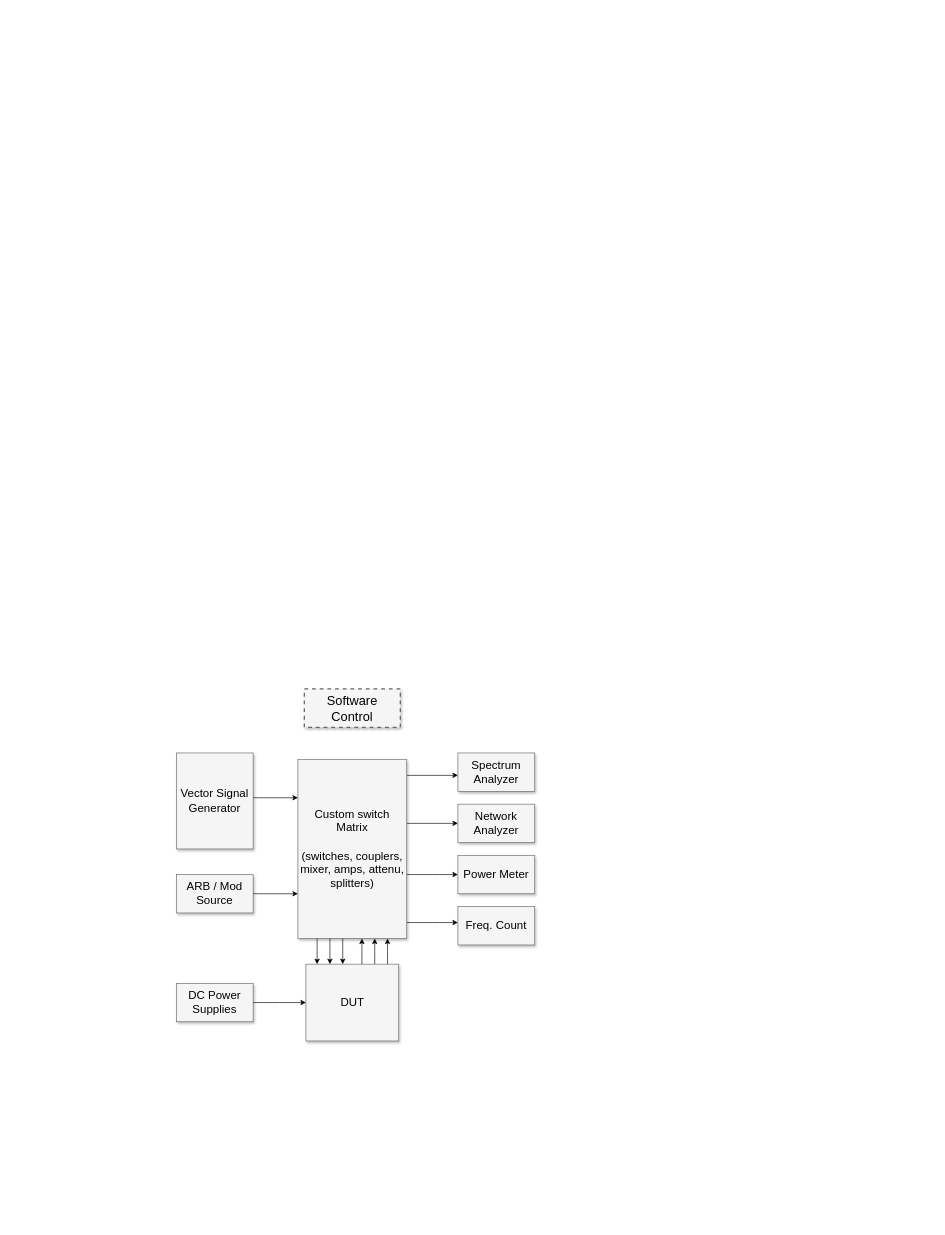
Earlier version of the draw.io diagram 未命名绘图.drawio (Cecilia384/DataBase_experiment). Source tidied: cells renumbered, new cells numbered last; positions are measured from the earlier drawing's top-left corner, leaving out a move shared by most shapes. Both pictures are drawn from the tidied source at 64%, with x=0, y=0 at pixel (176, 689).
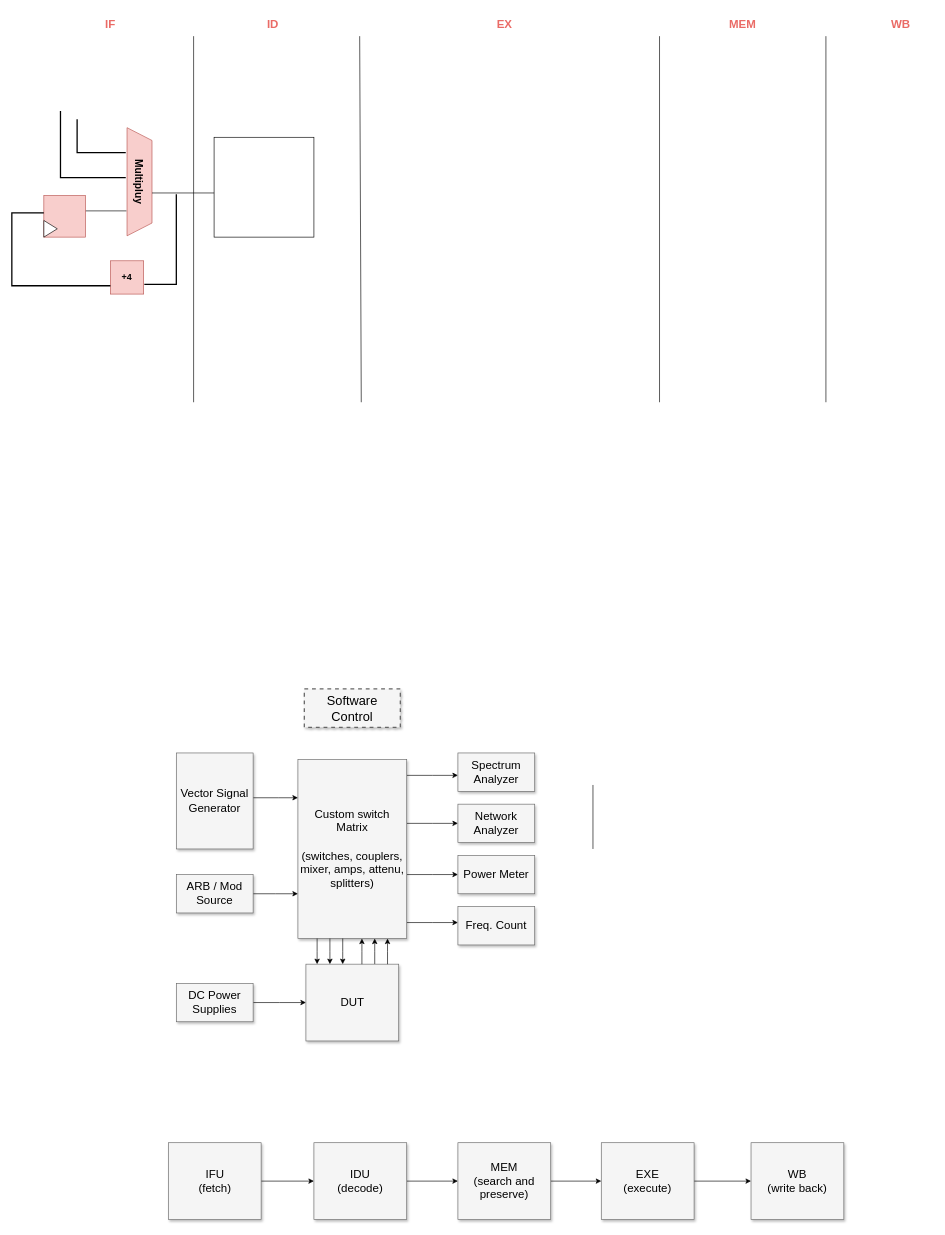
The same diagram, later.

Commit message:
更新未命名绘图.drawio

What changed in the source:
```diff
@@
+    <mxCell id="25" style="edgeStyle=orthogonalEdgeStyle;rounded=0;jettySize=auto;html=1;entryX=0;entryY=0.5;entryDx=0;entryDy=0;" parent="1" edge="1" source="26" target="28">
+      <mxGeometry relative="1" as="geometry" />
+    </mxCell>
+    <mxCell id="26" value="IFU&lt;div&gt;(fetch)&lt;/div&gt;" style="whiteSpace=wrap;html=1;shadow=1;fontSize=18;fillColor=#f5f5f5;strokeColor=#666666;" parent="1" vertex="1">
+      <mxGeometry x="-12.5" y="709" width="145" height="120" as="geometry" />
+    </mxCell>
+    <mxCell id="27" style="edgeStyle=orthogonalEdgeStyle;rounded=0;jettySize=auto;html=1;entryX=0;entryY=0.5;entryDx=0;entryDy=0;" parent="1" edge="1" source="28" target="30">
+      <mxGeometry relative="1" as="geometry" />
+    </mxCell>
+    <mxCell id="28" value="IDU&lt;div&gt;(decode)&lt;/div&gt;" style="whiteSpace=wrap;html=1;shadow=1;fontSize=18;fillColor=#f5f5f5;strokeColor=#666666;" parent="1" vertex="1">
+      <mxGeometry x="215" y="709" width="145" height="120" as="geometry" />
+    </mxCell>
+    <mxCell id="29" style="edgeStyle=orthogonalEdgeStyle;rounded=0;jettySize=auto;html=1;entryX=0;entryY=0.5;entryDx=0;entryDy=0;" parent="1" edge="1" source="30" target="32">
+      <mxGeometry relative="1" as="geometry" />
+    </mxCell>
+    <mxCell id="30" value="MEM&lt;div&gt;(search and preserve)&lt;/div&gt;" style="whiteSpace=wrap;html=1;shadow=1;fontSize=18;fillColor=#f5f5f5;strokeColor=#666666;" parent="1" vertex="1">
+      <mxGeometry x="440" y="709" width="145" height="120" as="geometry" />
+    </mxCell>
+    <mxCell id="31" style="edgeStyle=orthogonalEdgeStyle;rounded=0;jettySize=auto;html=1;" parent="1" edge="1" source="32" target="33">
+      <mxGeometry relative="1" as="geometry" />
+    </mxCell>
+    <mxCell id="32" value="EXE&lt;div&gt;(execute)&lt;/div&gt;" style="whiteSpace=wrap;html=1;shadow=1;fontSize=18;fillColor=#f5f5f5;strokeColor=#666666;" parent="1" vertex="1">
+      <mxGeometry x="664" y="709" width="145" height="120" as="geometry" />
+    </mxCell>
+    <mxCell id="33" value="WB&lt;div&gt;(write back)&lt;/div&gt;" style="whiteSpace=wrap;html=1;shadow=1;fontSize=18;fillColor=#f5f5f5;strokeColor=#666666;" parent="1" vertex="1">
+      <mxGeometry x="898" y="709" width="145" height="120" as="geometry" />
+    </mxCell>
+    <mxCell id="34" style="endArrow=none;html=1;rounded=0;" parent="1" edge="1">
+      <mxGeometry relative="1" as="geometry">
+        <mxPoint x="651" y="250" as="sourcePoint" />
+        <mxPoint x="651" y="150" as="targetPoint" />
+      </mxGeometry>
+    </mxCell>
+    <mxCell id="35" style="endArrow=none;html=1;rounded=0;" parent="1" edge="1">
+      <mxGeometry relative="1" as="geometry">
+        <mxPoint x="27" y="-448" as="sourcePoint" />
+        <mxPoint x="27" y="-1020" as="targetPoint" />
+      </mxGeometry>
+    </mxCell>
+    <mxCell id="36" style="endArrow=none;html=1;rounded=0;" parent="1" edge="1">
+      <mxGeometry relative="1" as="geometry">
+        <mxPoint x="755" y="-448" as="sourcePoint" />
+        <mxPoint x="755" y="-1020" as="targetPoint" />
+      </mxGeometry>
+    </mxCell>
+    <mxCell id="37" style="endArrow=none;html=1;rounded=0;" parent="1" edge="1">
+      <mxGeometry relative="1" as="geometry">
+        <mxPoint x="289" y="-448" as="sourcePoint" />
+        <mxPoint x="286.5" y="-1020" as="targetPoint" />
+      </mxGeometry>
+    </mxCell>
+    <mxCell id="38" style="endArrow=none;html=1;rounded=0;" parent="1" edge="1">
+      <mxGeometry relative="1" as="geometry">
+        <mxPoint x="1015" y="-448" as="sourcePoint" />
+        <mxPoint x="1015" y="-1020" as="targetPoint" />
+      </mxGeometry>
+    </mxCell>
+    <mxCell id="39" value="&lt;font color=&quot;#ea6b66&quot; style=&quot;font-size: 18px;&quot;&gt;&lt;b style=&quot;&quot;&gt;IF&lt;/b&gt;&lt;/font&gt;" style="text;strokeColor=none;align=center;fillColor=none;html=1;verticalAlign=middle;whiteSpace=wrap;rounded=0;" parent="1" vertex="1">
+      <mxGeometry x="-155" y="-1059" width="104" height="39" as="geometry" />
+    </mxCell>
+    <mxCell id="40" value="&lt;font color=&quot;#ea6b66&quot;&gt;&lt;span style=&quot;font-size: 18px;&quot;&gt;&lt;b&gt;ID&lt;/b&gt;&lt;/span&gt;&lt;/font&gt;" style="text;strokeColor=none;align=center;fillColor=none;html=1;verticalAlign=middle;whiteSpace=wrap;rounded=0;" parent="1" vertex="1">
+      <mxGeometry x="98.5" y="-1059" width="104" height="39" as="geometry" />
+    </mxCell>
+    <mxCell id="41" value="&lt;font color=&quot;#ea6b66&quot; style=&quot;font-size: 18px;&quot;&gt;&lt;b style=&quot;&quot;&gt;EX&lt;/b&gt;&lt;/font&gt;" style="text;strokeColor=none;align=center;fillColor=none;html=1;verticalAlign=middle;whiteSpace=wrap;rounded=0;" parent="1" vertex="1">
+      <mxGeometry x="460.5" y="-1059" width="104" height="39" as="geometry" />
+    </mxCell>
+    <mxCell id="42" value="&lt;font color=&quot;#ea6b66&quot;&gt;&lt;span style=&quot;font-size: 18px;&quot;&gt;&lt;b&gt;MEM&lt;/b&gt;&lt;/span&gt;&lt;/font&gt;" style="text;strokeColor=none;align=center;fillColor=none;html=1;verticalAlign=middle;whiteSpace=wrap;rounded=0;" parent="1" vertex="1">
+      <mxGeometry x="833" y="-1059" width="104" height="39" as="geometry" />
+    </mxCell>
+    <mxCell id="43" value="&lt;font color=&quot;#ea6b66&quot; style=&quot;font-size: 18px;&quot;&gt;&lt;b style=&quot;&quot;&gt;WB&lt;/b&gt;&lt;/font&gt;" style="text;strokeColor=none;align=center;fillColor=none;html=1;verticalAlign=middle;whiteSpace=wrap;rounded=0;" parent="1" vertex="1">
+      <mxGeometry x="1080" y="-1059" width="104" height="39" as="geometry" />
+    </mxCell>
+    <mxCell id="44" value="&lt;b&gt;&lt;font style=&quot;font-size: 16px;&quot;&gt;Multipluy&lt;/font&gt;&lt;/b&gt;" style="shape=trapezoid;perimeter=trapezoidPerimeter;whiteSpace=wrap;html=1;fixedSize=1;rotation=90;fillColor=#f8cecc;strokeColor=#b85450;" parent="1" vertex="1">
+      <mxGeometry x="-142" y="-812" width="169" height="39" as="geometry" />
+    </mxCell>
+    <mxCell id="45" style="endArrow=none;html=1;rounded=0;strokeWidth=2;" parent="1" edge="1">
+      <mxGeometry relative="1" as="geometry">
+        <mxPoint x="-155" y="-890" as="sourcePoint" />
+        <mxPoint x="-79" y="-838" as="targetPoint" />
+        <Array as="points">
+          <mxPoint x="-155" y="-838" />
+        </Array>
+      </mxGeometry>
+    </mxCell>
+    <mxCell id="46" value="&lt;font style=&quot;font-size: 14px;&quot;&gt;&lt;b&gt;+4&lt;/b&gt;&lt;/font&gt;" style="whiteSpace=wrap;html=1;fillColor=#f8cecc;strokeColor=#b85450;" parent="1" vertex="1">
+      <mxGeometry x="-103" y="-669" width="52" height="52" as="geometry" />
+    </mxCell>
+    <mxCell id="47" style="endArrow=none;html=1;rounded=0;strokeWidth=2;" parent="1" edge="1">
+      <mxGeometry relative="1" as="geometry">
+        <mxPoint x="-181" y="-903" as="sourcePoint" />
+        <mxPoint x="-79" y="-799" as="targetPoint" />
+        <Array as="points">
+          <mxPoint x="-181" y="-799" />
+        </Array>
+      </mxGeometry>
+    </mxCell>
+    <mxCell id="48" style="endArrow=none;html=1;rounded=0;" parent="1" edge="1">
+      <mxGeometry relative="1" as="geometry">
+        <mxPoint x="-142" y="-747" as="sourcePoint" />
+        <mxPoint x="-78" y="-747" as="targetPoint" />
+      </mxGeometry>
+    </mxCell>
+    <mxCell id="49" style="whiteSpace=wrap;html=1;fillColor=#f8cecc;strokeColor=#b85450;" parent="1" vertex="1">
+      <mxGeometry x="-207" y="-771" width="65" height="65" as="geometry" />
+    </mxCell>
+    <mxCell id="50" style="triangle;whiteSpace=wrap;html=1;" parent="1" vertex="1">
+      <mxGeometry x="-207" y="-732" width="21" height="26" as="geometry" />
+    </mxCell>
+    <mxCell id="51" style="endArrow=none;html=1;rounded=0;exitX=0;exitY=0.75;exitDx=0;exitDy=0;strokeWidth=2;" parent="1" edge="1" source="46">
+      <mxGeometry relative="1" as="geometry">
+        <mxPoint x="-207" y="-744" as="targetPoint" />
+        <Array as="points">
+          <mxPoint x="-257" y="-630" />
+          <mxPoint x="-257" y="-744" />
+        </Array>
+      </mxGeometry>
+    </mxCell>
+    <mxCell id="52" style="endArrow=none;html=1;rounded=0;strokeWidth=2;" parent="1" edge="1">
+      <mxGeometry relative="1" as="geometry">
+        <mxPoint x="-50" y="-632" as="sourcePoint" />
+        <mxPoint y="-773" as="targetPoint" />
+        <Array as="points">
+          <mxPoint y="-632" />
+        </Array>
+      </mxGeometry>
+    </mxCell>
+    <mxCell id="53" style="endArrow=none;html=1;rounded=0;" parent="1" edge="1">
+      <mxGeometry relative="1" as="geometry">
+        <mxPoint x="-38" y="-775" as="sourcePoint" />
+        <mxPoint x="66" y="-775" as="targetPoint" />
+      </mxGeometry>
+    </mxCell>
+    <mxCell id="54" style="whiteSpace=wrap;html=1;" parent="1" vertex="1">
+      <mxGeometry x="59" y="-862" width="156" height="156" as="geometry" />
+    </mxCell>
```
